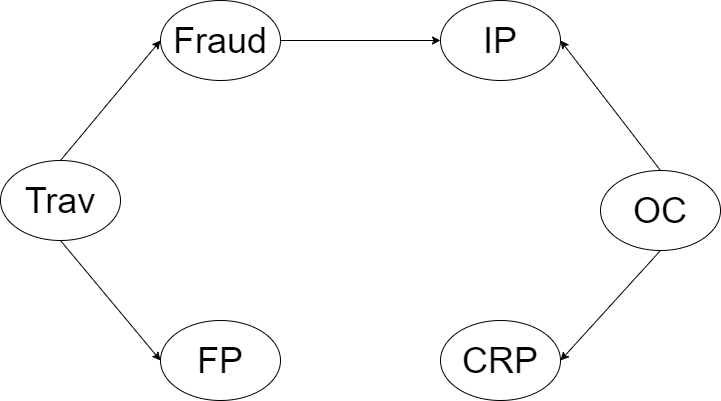
The draw.io diagram A3/A3Q2a.png in ZhaoboDing/CS486, before a commit. Source tidied: cells renumbered, new cells last; positions are measured from the earlier drawing's top-left corner, leaving out a move shared by most shapes.
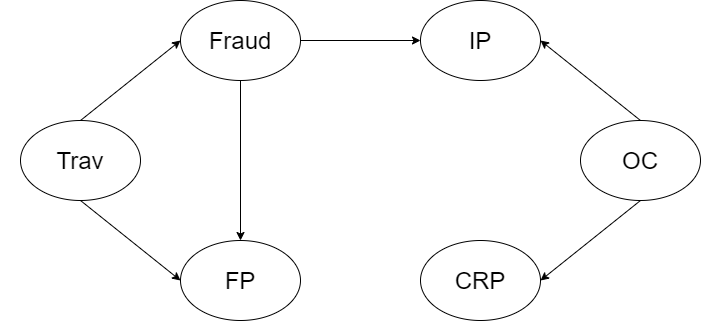
The same file after the commit.

The edit, as a diff of the source:
```diff
@@ -2,23 +2,23 @@
   <root>
     <mxCell id="0" />
     <mxCell id="1" parent="0" />
+    <mxCell id="3" value="&lt;font style=&quot;font-size: 24px&quot;&gt;Fraud&lt;/font&gt;" style="ellipse;whiteSpace=wrap;html=1;" parent="1" vertex="1">
+      <mxGeometry x="240" y="160" width="120" height="80" as="geometry" />
+    </mxCell>
-    <mxCell id="2" value="&lt;font style=&quot;font-size: 36px&quot;&gt;Trav&lt;/font&gt;" style="ellipse;whiteSpace=wrap;html=1;" parent="1" vertex="1">
-      <mxGeometry y="160" width="120" height="80" as="geometry" />
+    <mxCell id="2" value="&lt;font style=&quot;font-size: 24px&quot;&gt;Trav&lt;/font&gt;" style="ellipse;whiteSpace=wrap;html=1;" parent="1" vertex="1">
+      <mxGeometry x="80" y="280" width="120" height="80" as="geometry" />
     </mxCell>
-    <mxCell id="3" value="&lt;span style=&quot;font-size: 36px&quot;&gt;Fraud&lt;/span&gt;" style="ellipse;whiteSpace=wrap;html=1;" parent="1" vertex="1">
-      <mxGeometry x="160" width="120" height="80" as="geometry" />
-    </mxCell>
-    <mxCell id="4" value="&lt;font style=&quot;font-size: 36px&quot;&gt;FP&lt;/font&gt;" style="ellipse;whiteSpace=wrap;html=1;" parent="1" vertex="1">
-      <mxGeometry x="160" y="320" width="120" height="80" as="geometry" />
+    <mxCell id="4" value="&lt;font style=&quot;font-size: 24px&quot;&gt;FP&lt;/font&gt;" style="ellipse;whiteSpace=wrap;html=1;" parent="1" vertex="1">
+      <mxGeometry x="240" y="400" width="120" height="80" as="geometry" />
     </mxCell>
-    <mxCell id="5" value="&lt;font style=&quot;font-size: 36px&quot;&gt;IP&lt;/font&gt;" style="ellipse;whiteSpace=wrap;html=1;" parent="1" vertex="1">
-      <mxGeometry x="440" width="120" height="80" as="geometry" />
+    <mxCell id="5" value="&lt;font style=&quot;font-size: 24px&quot;&gt;IP&lt;/font&gt;" style="ellipse;whiteSpace=wrap;html=1;" parent="1" vertex="1">
+      <mxGeometry x="480" y="160" width="120" height="80" as="geometry" />
     </mxCell>
-    <mxCell id="6" value="&lt;font style=&quot;font-size: 36px&quot;&gt;OC&lt;/font&gt;" style="ellipse;whiteSpace=wrap;html=1;" parent="1" vertex="1">
-      <mxGeometry x="600" y="170" width="120" height="80" as="geometry" />
+    <mxCell id="6" value="&lt;font style=&quot;font-size: 24px&quot;&gt;OC&lt;/font&gt;" style="ellipse;whiteSpace=wrap;html=1;" parent="1" vertex="1">
+      <mxGeometry x="640" y="280" width="120" height="80" as="geometry" />
     </mxCell>
-    <mxCell id="7" value="&lt;font style=&quot;font-size: 36px&quot;&gt;CRP&lt;/font&gt;" style="ellipse;whiteSpace=wrap;html=1;" parent="1" vertex="1">
-      <mxGeometry x="440" y="320" width="120" height="80" as="geometry" />
+    <mxCell id="7" value="&lt;font style=&quot;font-size: 24px&quot;&gt;CRP&lt;/font&gt;" style="ellipse;whiteSpace=wrap;html=1;" parent="1" vertex="1">
+      <mxGeometry x="480" y="400" width="120" height="80" as="geometry" />
     </mxCell>
     <mxCell id="8" style="endArrow=classic;html=1;exitX=0.5;exitY=0;exitDx=0;exitDy=0;entryX=0;entryY=0.5;entryDx=0;entryDy=0;" parent="1" edge="1" source="2" target="3">
       <mxGeometry relative="1" as="geometry" />
@@ -26,6 +26,9 @@
     <mxCell id="9" style="endArrow=classic;html=1;exitX=0.5;exitY=1;exitDx=0;exitDy=0;entryX=0;entryY=0.5;entryDx=0;entryDy=0;" parent="1" edge="1" source="2" target="4">
       <mxGeometry relative="1" as="geometry" />
     </mxCell>
+    <mxCell id="13" style="endArrow=classic;html=1;exitX=0.5;exitY=1;exitDx=0;exitDy=0;entryX=0.5;entryY=0;entryDx=0;entryDy=0;" parent="1" edge="1" source="3" target="4">
+      <mxGeometry relative="1" as="geometry" />
+    </mxCell>
     <mxCell id="10" style="endArrow=classic;html=1;exitX=1;exitY=0.5;exitDx=0;exitDy=0;entryX=0;entryY=0.5;entryDx=0;entryDy=0;" parent="1" edge="1" source="3" target="5">
       <mxGeometry relative="1" as="geometry" />
     </mxCell>
@@ -35,5 +38,8 @@
     <mxCell id="12" style="endArrow=classic;html=1;exitX=0.5;exitY=1;exitDx=0;exitDy=0;entryX=1;entryY=0.5;entryDx=0;entryDy=0;" parent="1" edge="1" source="6" target="7">
       <mxGeometry relative="1" as="geometry" />
     </mxCell>
+    <mxCell id="14" value="&lt;table&gt;&lt;tbody&gt;&lt;tr&gt;&lt;td&gt;&lt;br&gt;&lt;/td&gt;&lt;td&gt;&lt;br&gt;&lt;/td&gt;&lt;/tr&gt;&lt;tr&gt;&lt;td&gt;&lt;br&gt;&lt;/td&gt;&lt;td&gt;&lt;br&gt;&lt;/td&gt;&lt;/tr&gt;&lt;tr&gt;&lt;td&gt;&lt;br&gt;&lt;/td&gt;&lt;td&gt;&lt;br&gt;&lt;/td&gt;&lt;/tr&gt;&lt;/tbody&gt;&lt;/table&gt;" style="text;html=1;align=center;verticalAlign=middle;fillColor=none;strokeColor=none;rounded=0;" parent="1" vertex="1">
+      <mxGeometry x="60" y="390" width="30" height="60" as="geometry" />
+    </mxCell>
   </root>
 </mxGraphModel>
```
